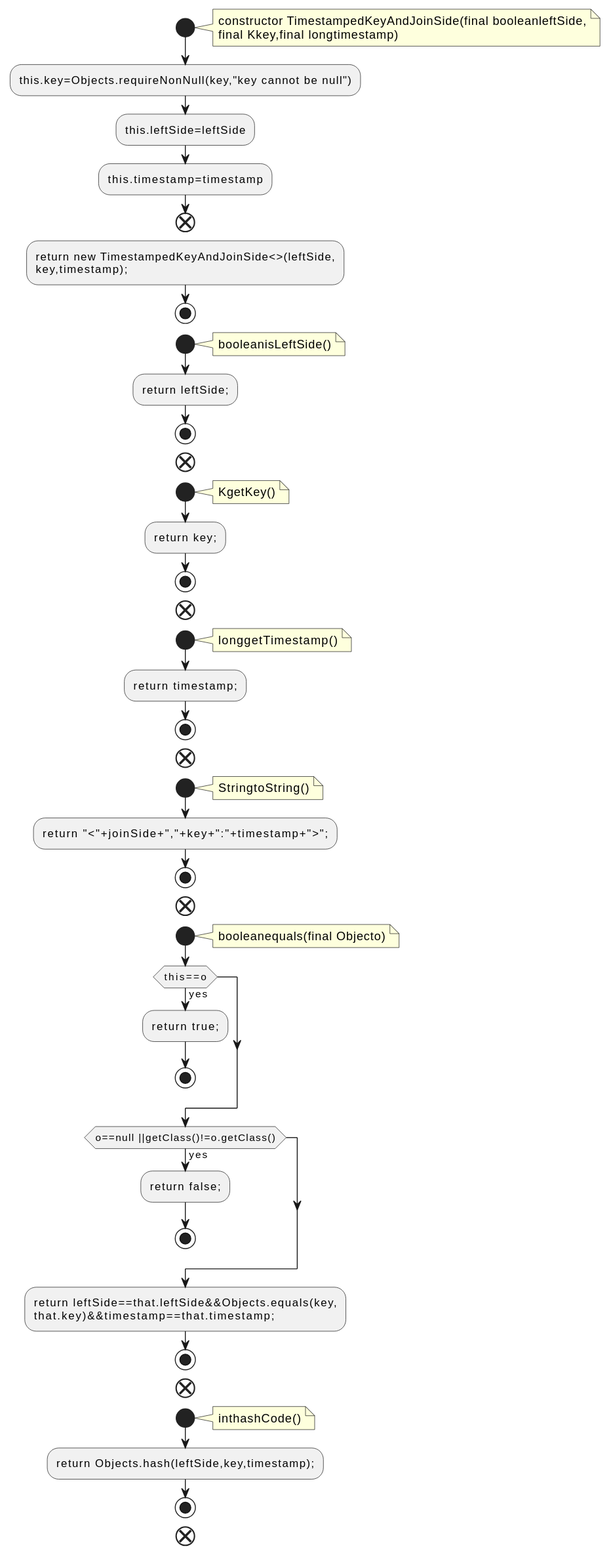
The PlantUML diagram docs/qc/streams/src/main/java/org/apache/kafka/streams/state/internals/TimestampedKeyAndJoinSide.java.fct.svg in qualitesys/kafka, before a commit.
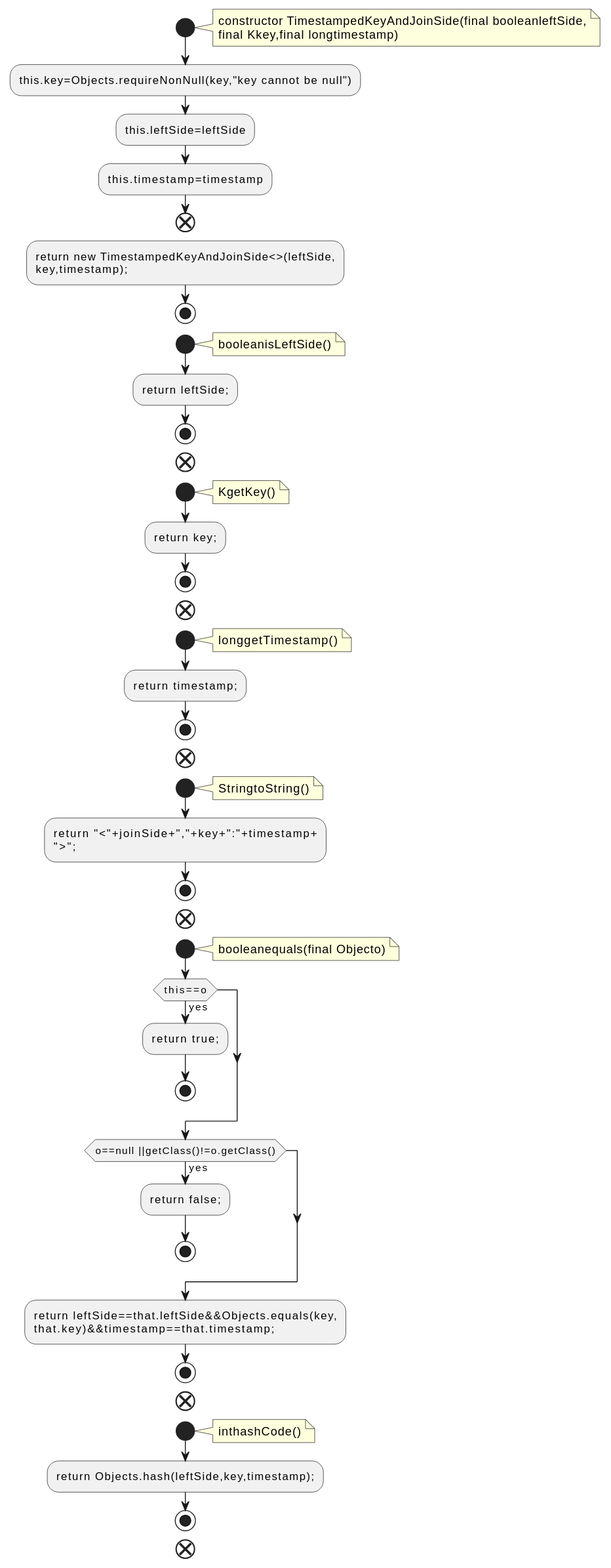
After the commit.

What changed in the source:
```diff
@@ -37,7 +37,8 @@
 note right
 StringtoString()
 end note
-:return "<"+joinSide+","+key+":"+timestamp+">";;
+:return "<"+joinSide+","+key+":"+timestamp+
+">";;
 stop
 end
 start
```
